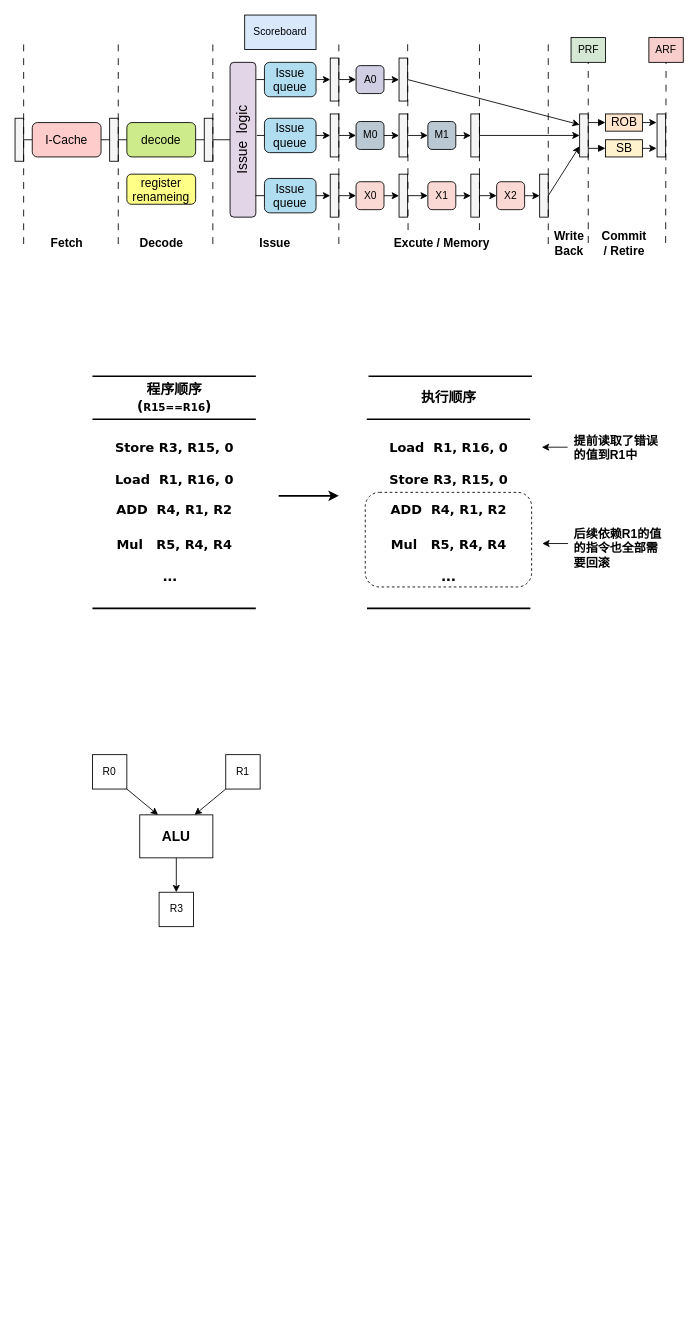
f123888/Draw.IO keeps this draw.io diagram as CPU.drawio. Above is the earlier version. Source tidied: cells renumbered, new cells numbered last; positions are measured from the earlier drawing's top-left corner, leaving out a move shared by most shapes. Both pictures are drawn from the tidied source at 86%, with x=0, y=0 at pixel (15, 15).
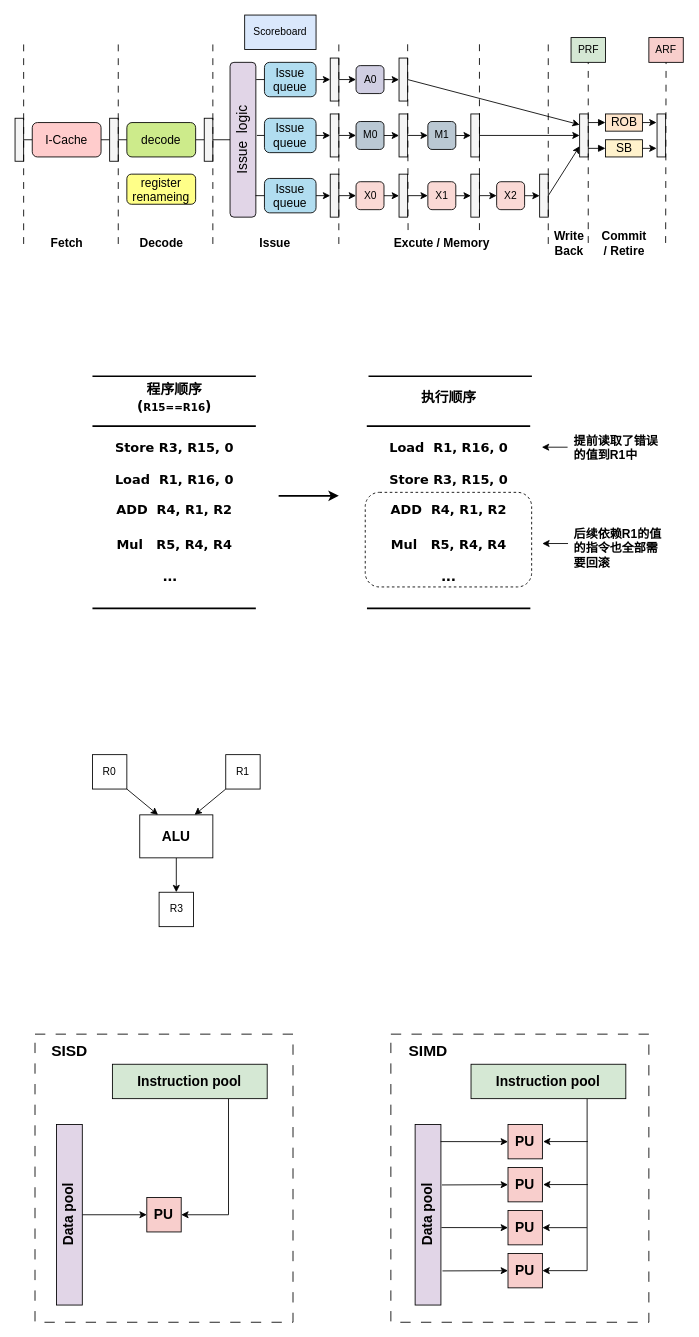
The same page after the edit.

The edit, as a diff of the source:
```diff
@@
+    <mxCell id="110" style="rounded=0;whiteSpace=wrap;html=1;strokeColor=default;dashed=1;dashPattern=12 12;" parent="1" vertex="1">
+      <mxGeometry x="437" y="1185" width="300" height="335" as="geometry" />
+    </mxCell>
+    <mxCell id="111" style="rounded=0;whiteSpace=wrap;html=1;dashed=1;dashPattern=12 12;" parent="1" vertex="1">
+      <mxGeometry x="23.2" y="1185" width="300" height="335" as="geometry" />
+    </mxCell>
@@
     <mxCell id="81" style="endArrow=none;html=1;rounded=0;strokeWidth=2;fontStyle=1;" parent="1" edge="1">
       <mxGeometry relative="1" as="geometry">
-        <mxPoint x="90" y="470" as="sourcePoint" />
-        <mxPoint x="280" y="470" as="targetPoint" />
+        <mxPoint x="90" y="478" as="sourcePoint" />
+        <mxPoint x="280" y="478" as="targetPoint" />
       </mxGeometry>
     </mxCell>
@@
     <mxCell id="88" style="endArrow=none;html=1;rounded=0;strokeWidth=2;fontStyle=1;" parent="1" edge="1">
       <mxGeometry relative="1" as="geometry">
-        <mxPoint x="409" y="470" as="sourcePoint" />
-        <mxPoint x="599" y="470" as="targetPoint" />
+        <mxPoint x="409" y="478" as="sourcePoint" />
+        <mxPoint x="599" y="478" as="targetPoint" />
       </mxGeometry>
     </mxCell>
@@
+    <mxCell id="112" style="edgeStyle=orthogonalEdgeStyle;rounded=0;jettySize=auto;html=1;exitX=0.75;exitY=1;exitDx=0;exitDy=0;entryX=1;entryY=0.5;entryDx=0;entryDy=0;" parent="1" edge="1" source="113" target="116">
+      <mxGeometry relative="1" as="geometry" />
+    </mxCell>
+    <mxCell id="113" value="&lt;font style=&quot;font-size: 16px;&quot;&gt;&lt;b&gt;Instruction pool&lt;/b&gt;&lt;/font&gt;" style="rounded=0;whiteSpace=wrap;html=1;fillColor=#d5e8d4;strokeColor=default;" parent="1" vertex="1">
+      <mxGeometry x="113.2" y="1220" width="180" height="40" as="geometry" />
+    </mxCell>
+    <mxCell id="114" style="edgeStyle=orthogonalEdgeStyle;rounded=0;jettySize=auto;html=1;exitX=1;exitY=0.5;exitDx=0;exitDy=0;entryX=0;entryY=0.5;entryDx=0;entryDy=0;" parent="1" edge="1" source="115" target="116">
+      <mxGeometry relative="1" as="geometry" />
+    </mxCell>
+    <mxCell id="115" value="&lt;span style=&quot;font-size: 16px;&quot;&gt;&lt;b&gt;Data pool&lt;/b&gt;&lt;/span&gt;" style="rounded=0;whiteSpace=wrap;html=1;textDirection=vertical-rl;direction=west;flipV=1;flipH=1;arcSize=15;labelPosition=center;verticalLabelPosition=middle;align=center;verticalAlign=middle;labelBorderColor=none;rotation=180;fillColor=#e1d5e7;strokeColor=default;" parent="1" vertex="1">
+      <mxGeometry x="48.2" y="1290" width="30" height="210" as="geometry" />
+    </mxCell>
+    <mxCell id="116" value="&lt;font style=&quot;font-size: 16px;&quot;&gt;&lt;b&gt;PU&lt;/b&gt;&lt;/font&gt;" style="whiteSpace=wrap;html=1;fillColor=#f8cecc;strokeColor=default;" parent="1" vertex="1">
+      <mxGeometry x="153.2" y="1375" width="40" height="40" as="geometry" />
+    </mxCell>
+    <mxCell id="117" value="&lt;b&gt;&lt;font style=&quot;font-size: 18px;&quot;&gt;SISD&lt;/font&gt;&lt;/b&gt;" style="text;html=1;align=center;verticalAlign=middle;strokeColor=none;fillColor=none;" parent="1" vertex="1">
+      <mxGeometry x="28.2" y="1185" width="70" height="40" as="geometry" />
+    </mxCell>
+    <mxCell id="118" style="edgeStyle=orthogonalEdgeStyle;rounded=0;jettySize=auto;html=1;exitX=0.75;exitY=1;exitDx=0;exitDy=0;entryX=1;entryY=0.5;entryDx=0;entryDy=0;" parent="1" edge="1" source="119" target="125">
+      <mxGeometry relative="1" as="geometry" />
+    </mxCell>
+    <mxCell id="119" value="&lt;font style=&quot;font-size: 16px;&quot;&gt;&lt;b&gt;Instruction pool&lt;/b&gt;&lt;/font&gt;" style="rounded=0;whiteSpace=wrap;html=1;fillColor=#d5e8d4;strokeColor=default;" parent="1" vertex="1">
+      <mxGeometry x="530.2" y="1220" width="180" height="40" as="geometry" />
+    </mxCell>
+    <mxCell id="120" value="&lt;span style=&quot;font-size: 16px;&quot;&gt;&lt;b&gt;Data pool&lt;/b&gt;&lt;/span&gt;" style="rounded=0;whiteSpace=wrap;html=1;textDirection=vertical-rl;direction=west;flipV=1;flipH=1;arcSize=15;labelPosition=center;verticalLabelPosition=middle;align=center;verticalAlign=middle;labelBorderColor=none;rotation=180;fillColor=#e1d5e7;strokeColor=default;" parent="1" vertex="1">
+      <mxGeometry x="465.2" y="1290" width="30" height="210" as="geometry" />
+    </mxCell>
+    <mxCell id="121" value="&lt;font style=&quot;font-size: 16px;&quot;&gt;&lt;b&gt;PU&lt;/b&gt;&lt;/font&gt;" style="whiteSpace=wrap;html=1;fillColor=#f8cecc;strokeColor=default;" parent="1" vertex="1">
+      <mxGeometry x="573.2" y="1290" width="40" height="40" as="geometry" />
+    </mxCell>
+    <mxCell id="122" value="&lt;b&gt;&lt;font style=&quot;font-size: 18px;&quot;&gt;SIMD&lt;/font&gt;&lt;/b&gt;" style="text;html=1;align=center;verticalAlign=middle;strokeColor=none;fillColor=none;" parent="1" vertex="1">
+      <mxGeometry x="445.2" y="1185" width="70" height="40" as="geometry" />
+    </mxCell>
+    <mxCell id="123" value="&lt;font style=&quot;font-size: 16px;&quot;&gt;&lt;b&gt;PU&lt;/b&gt;&lt;/font&gt;" style="whiteSpace=wrap;html=1;fillColor=#f8cecc;strokeColor=default;" parent="1" vertex="1">
+      <mxGeometry x="573.2" y="1340" width="40" height="40" as="geometry" />
+    </mxCell>
+    <mxCell id="124" value="&lt;font style=&quot;font-size: 16px;&quot;&gt;&lt;b&gt;PU&lt;/b&gt;&lt;/font&gt;" style="whiteSpace=wrap;html=1;fillColor=#f8cecc;strokeColor=default;" parent="1" vertex="1">
+      <mxGeometry x="573.2" y="1390" width="40" height="40" as="geometry" />
+    </mxCell>
+    <mxCell id="125" value="&lt;font style=&quot;font-size: 16px;&quot;&gt;&lt;b&gt;PU&lt;/b&gt;&lt;/font&gt;" style="whiteSpace=wrap;html=1;fillColor=#f8cecc;strokeColor=default;" parent="1" vertex="1">
+      <mxGeometry x="573.2" y="1440" width="40" height="40" as="geometry" />
+    </mxCell>
+    <mxCell id="126" style="endArrow=classic;html=1;rounded=0;entryX=0;entryY=0.5;entryDx=0;entryDy=0;exitX=0.012;exitY=0.905;exitDx=0;exitDy=0;exitPerimeter=0;" parent="1" edge="1" source="120" target="121">
+      <mxGeometry relative="1" as="geometry" />
+    </mxCell>
+    <mxCell id="127" style="endArrow=classic;html=1;rounded=0;entryX=0;entryY=0.5;entryDx=0;entryDy=0;exitX=-0.039;exitY=0.665;exitDx=0;exitDy=0;exitPerimeter=0;" parent="1" edge="1" source="120" target="123">
+      <mxGeometry relative="1" as="geometry" />
+    </mxCell>
+    <mxCell id="128" style="endArrow=classic;html=1;rounded=0;entryX=0;entryY=0.5;entryDx=0;entryDy=0;exitX=-0.019;exitY=0.429;exitDx=0;exitDy=0;exitPerimeter=0;" parent="1" edge="1" source="120" target="124">
+      <mxGeometry relative="1" as="geometry" />
+    </mxCell>
+    <mxCell id="129" style="endArrow=classic;html=1;rounded=0;entryX=0;entryY=0.5;entryDx=0;entryDy=0;exitX=-0.06;exitY=0.189;exitDx=0;exitDy=0;exitPerimeter=0;" parent="1" edge="1" source="120" target="125">
+      <mxGeometry relative="1" as="geometry" />
+    </mxCell>
+    <mxCell id="130" style="endArrow=classic;html=1;rounded=0;entryX=1;entryY=0.5;entryDx=0;entryDy=0;jumpStyle=none;" parent="1" edge="1" target="124">
+      <mxGeometry relative="1" as="geometry">
+        <mxPoint x="665" y="1410" as="sourcePoint" />
+      </mxGeometry>
+    </mxCell>
+    <mxCell id="131" style="endArrow=classic;html=1;rounded=0;entryX=1;entryY=0.5;entryDx=0;entryDy=0;jumpStyle=none;" parent="1" edge="1">
+      <mxGeometry relative="1" as="geometry">
+        <mxPoint x="666" y="1359.9" as="sourcePoint" />
+        <mxPoint x="614" y="1359.9" as="targetPoint" />
+      </mxGeometry>
+    </mxCell>
+    <mxCell id="132" style="endArrow=classic;html=1;rounded=0;entryX=1;entryY=0.5;entryDx=0;entryDy=0;jumpStyle=none;" parent="1" edge="1">
+      <mxGeometry relative="1" as="geometry">
+        <mxPoint x="666" y="1309.9" as="sourcePoint" />
+        <mxPoint x="614" y="1309.9" as="targetPoint" />
+      </mxGeometry>
+    </mxCell>
```
